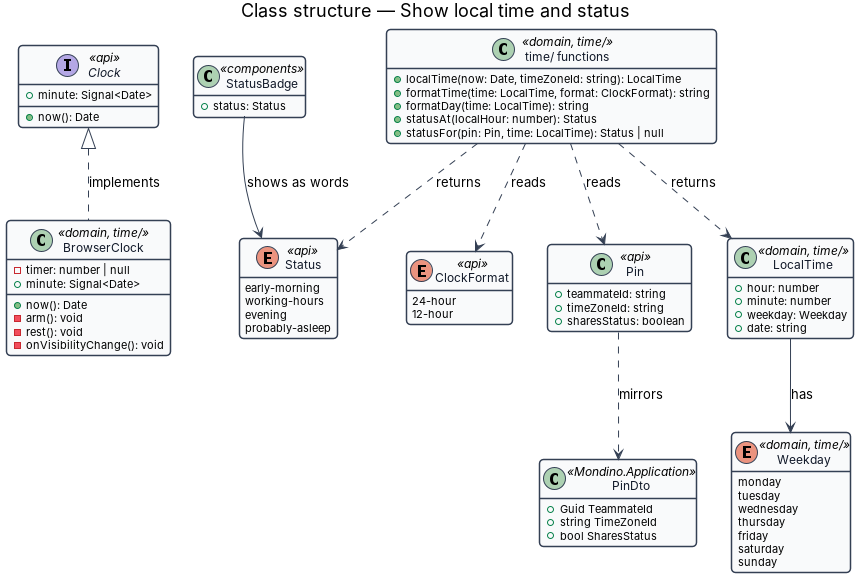
Earlier version of the PlantUML export docs/detailed-designs/time/show-local-time-and-status/diagrams/class-structure.png (QuinntyneBrown/Mondino). Its source is kept beside it as docs/detailed-designs/time/show-local-time-and-status/diagrams/class-structure.puml.
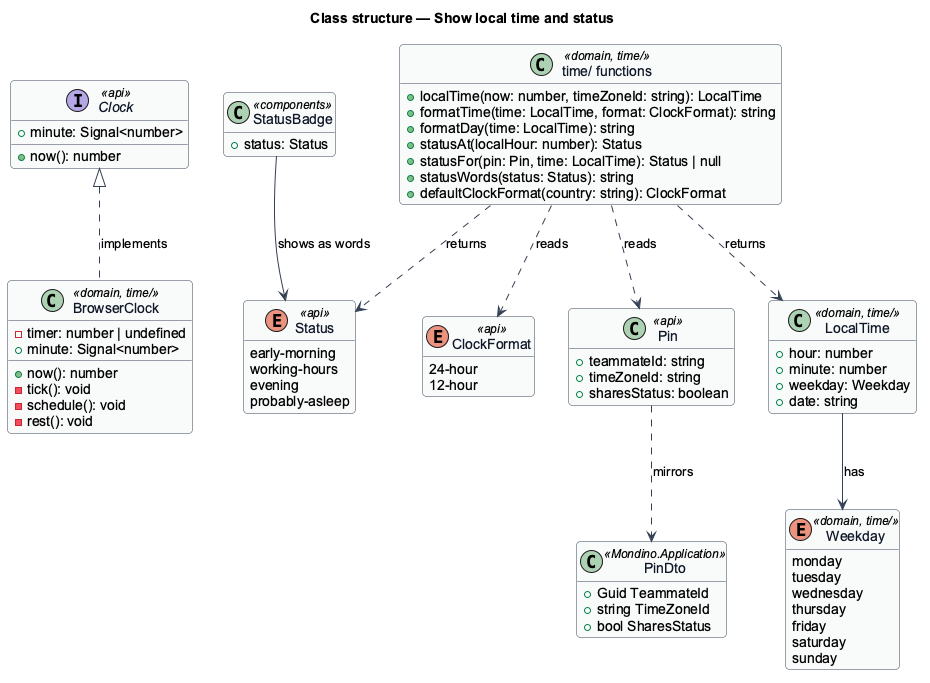
After the commit.

Commit message:
Align the local time and status design with the clock and pins built

What changed in the source:
```diff
@@ -14,25 +14,27 @@
 
 
 interface Clock <<api>> {
-  +minute: Signal<Date>
-  +now(): Date
+  +minute: Signal<number>
+  +now(): number
 }
 
 class BrowserClock <<domain, time/>> {
-  -timer: number | null
-  +minute: Signal<Date>
-  +now(): Date
-  -arm(): void
+  -timer: number | undefined
+  +minute: Signal<number>
+  +now(): number
+  -tick(): void
+  -schedule(): void
   -rest(): void
-  -onVisibilityChange(): void
 }
 
 class "time/ functions" as TimeFns <<domain, time/>> {
-  +localTime(now: Date, timeZoneId: string): LocalTime
+  +localTime(now: number, timeZoneId: string): LocalTime
   +formatTime(time: LocalTime, format: ClockFormat): string
   +formatDay(time: LocalTime): string
   +statusAt(localHour: number): Status
   +statusFor(pin: Pin, time: LocalTime): Status | null
+  +statusWords(status: Status): string
+  +defaultClockFormat(country: string): ClockFormat
 }
 
 class LocalTime <<domain, time/>> {
```
